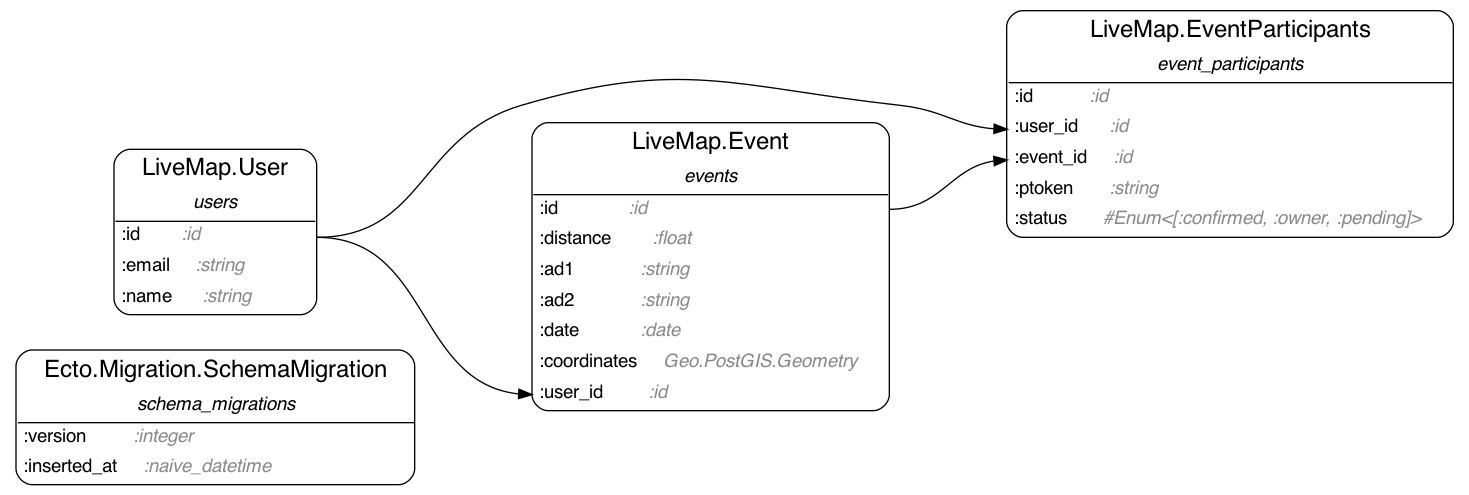
Before: ecto_erd.png, a diagram exported from Graphviz (ndrean/live_map). Its source is kept beside it as ecto_erd.dot.
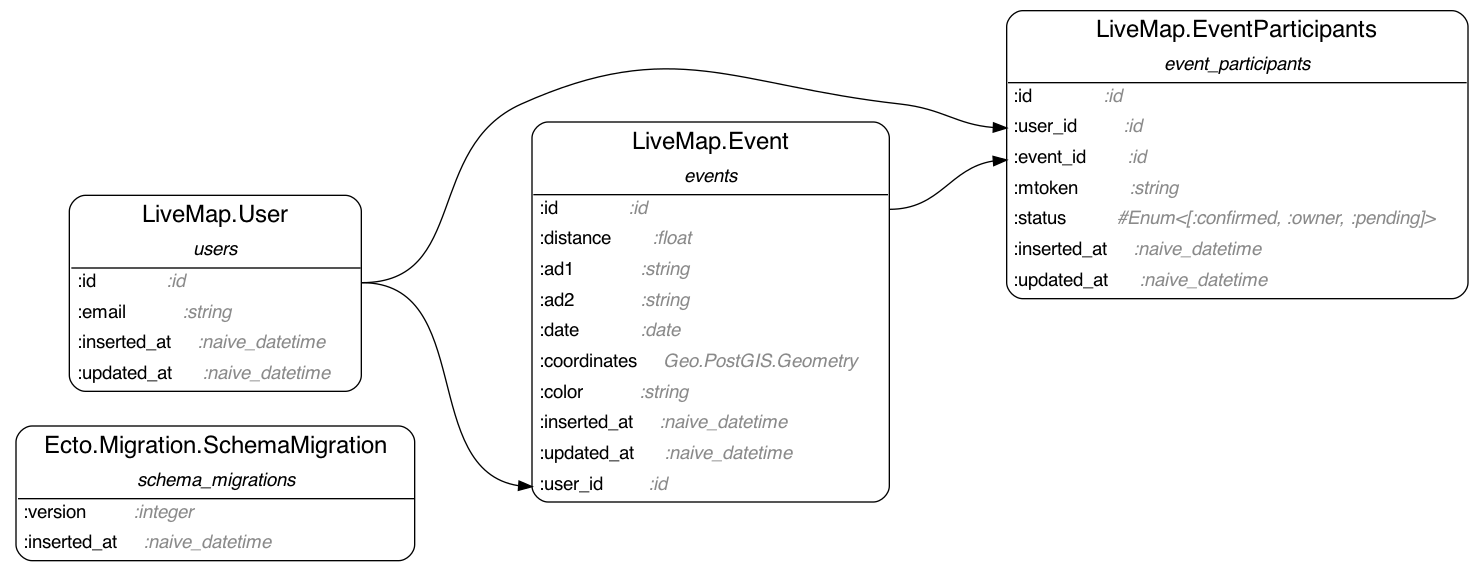
After the commit.

The edit, as a diff of the source:
```diff
@@ -2,9 +2,9 @@
   ranksep=1.0; rankdir=LR;
   node [shape = none, fontname="Roboto Mono"];
   "Ecto.Migration.SchemaMigration" [label= <<table align='left' border='1' style='rounded' cellspacing='0' cellpadding='4' cellborder='0'><tr><td port='header@schema_module'><font point-size='18'>   Ecto.Migration.SchemaMigration   </font></td></tr><tr><td border='1' sides='b' colspan='2'><font point-size='14'><i>schema_migrations</i></font></td></tr><tr><td align='left' port='field@version'>:version         <i><font color='gray54'>:integer            </font></i></td></tr><tr><td align='left' port='field@inserted_at'>:inserted_at     <i><font color='gray54'>:naive_datetime     </font></i></td></tr></table>>]
-  "LiveMap.Event" [label= <<table align='left' border='1' style='rounded' cellspacing='0' cellpadding='4' cellborder='0'><tr><td port='header@schema_module'><font point-size='18'>   LiveMap.Event   </font></td></tr><tr><td border='1' sides='b' colspan='2'><font point-size='14'><i>events</i></font></td></tr><tr><td align='left' port='field@id'>:id              <i><font color='gray54'>:id                      </font></i></td></tr><tr><td align='left' port='field@distance'>:distance        <i><font color='gray54'>:float                   </font></i></td></tr><tr><td align='left' port='field@ad1'>:ad1             <i><font color='gray54'>:string                  </font></i></td></tr><tr><td align='left' port='field@ad2'>:ad2             <i><font color='gray54'>:string                  </font></i></td></tr><tr><td align='left' port='field@date'>:date            <i><font color='gray54'>:date                    </font></i></td></tr><tr><td align='left' port='field@coordinates'>:coordinates     <i><font color='gray54'>Geo.PostGIS.Geometry     </font></i></td></tr><tr><td align='left' port='field@user_id'>:user_id         <i><font color='gray54'>:id                      </font></i></td></tr></table>>]
-  "LiveMap.EventParticipants" [label= <<table align='left' border='1' style='rounded' cellspacing='0' cellpadding='4' cellborder='0'><tr><td port='header@schema_module'><font point-size='18'>   LiveMap.EventParticipants   </font></td></tr><tr><td border='1' sides='b' colspan='2'><font point-size='14'><i>event_participants</i></font></td></tr><tr><td align='left' port='field@id'>:id           <i><font color='gray54'>:id                                       </font></i></td></tr><tr><td align='left' port='field@user_id'>:user_id      <i><font color='gray54'>:id                                       </font></i></td></tr><tr><td align='left' port='field@event_id'>:event_id     <i><font color='gray54'>:id                                       </font></i></td></tr><tr><td align='left' port='field@ptoken'>:ptoken       <i><font color='gray54'>:string                                   </font></i></td></tr><tr><td align='left' port='field@status'>:status       <i><font color='gray54'>#Enum&lt;[:confirmed, :owner, :pending]&gt;     </font></i></td></tr></table>>]
-  "LiveMap.User" [label= <<table align='left' border='1' style='rounded' cellspacing='0' cellpadding='4' cellborder='0'><tr><td port='header@schema_module'><font point-size='18'>   LiveMap.User   </font></td></tr><tr><td border='1' sides='b' colspan='2'><font point-size='14'><i>users</i></font></td></tr><tr><td align='left' port='field@id'>:id        <i><font color='gray54'>:id         </font></i></td></tr><tr><td align='left' port='field@email'>:email     <i><font color='gray54'>:string     </font></i></td></tr><tr><td align='left' port='field@name'>:name      <i><font color='gray54'>:string     </font></i></td></tr></table>>]
+  "LiveMap.Event" [label= <<table align='left' border='1' style='rounded' cellspacing='0' cellpadding='4' cellborder='0'><tr><td port='header@schema_module'><font point-size='18'>   LiveMap.Event   </font></td></tr><tr><td border='1' sides='b' colspan='2'><font point-size='14'><i>events</i></font></td></tr><tr><td align='left' port='field@id'>:id              <i><font color='gray54'>:id                      </font></i></td></tr><tr><td align='left' port='field@distance'>:distance        <i><font color='gray54'>:float                   </font></i></td></tr><tr><td align='left' port='field@ad1'>:ad1             <i><font color='gray54'>:string                  </font></i></td></tr><tr><td align='left' port='field@ad2'>:ad2             <i><font color='gray54'>:string                  </font></i></td></tr><tr><td align='left' port='field@date'>:date            <i><font color='gray54'>:date                    </font></i></td></tr><tr><td align='left' port='field@coordinates'>:coordinates     <i><font color='gray54'>Geo.PostGIS.Geometry     </font></i></td></tr><tr><td align='left' port='field@color'>:color           <i><font color='gray54'>:string                  </font></i></td></tr><tr><td align='left' port='field@inserted_at'>:inserted_at     <i><font color='gray54'>:naive_datetime          </font></i></td></tr><tr><td align='left' port='field@updated_at'>:updated_at      <i><font color='gray54'>:naive_datetime          </font></i></td></tr><tr><td align='left' port='field@user_id'>:user_id         <i><font color='gray54'>:id                      </font></i></td></tr></table>>]
+  "LiveMap.EventParticipants" [label= <<table align='left' border='1' style='rounded' cellspacing='0' cellpadding='4' cellborder='0'><tr><td port='header@schema_module'><font point-size='18'>   LiveMap.EventParticipants   </font></td></tr><tr><td border='1' sides='b' colspan='2'><font point-size='14'><i>event_participants</i></font></td></tr><tr><td align='left' port='field@id'>:id              <i><font color='gray54'>:id                                       </font></i></td></tr><tr><td align='left' port='field@user_id'>:user_id         <i><font color='gray54'>:id                                       </font></i></td></tr><tr><td align='left' port='field@event_id'>:event_id        <i><font color='gray54'>:id                                       </font></i></td></tr><tr><td align='left' port='field@mtoken'>:mtoken          <i><font color='gray54'>:string                                   </font></i></td></tr><tr><td align='left' port='field@status'>:status          <i><font color='gray54'>#Enum&lt;[:confirmed, :owner, :pending]&gt;     </font></i></td></tr><tr><td align='left' port='field@inserted_at'>:inserted_at     <i><font color='gray54'>:naive_datetime                           </font></i></td></tr><tr><td align='left' port='field@updated_at'>:updated_at      <i><font color='gray54'>:naive_datetime                           </font></i></td></tr></table>>]
+  "LiveMap.User" [label= <<table align='left' border='1' style='rounded' cellspacing='0' cellpadding='4' cellborder='0'><tr><td port='header@schema_module'><font point-size='18'>   LiveMap.User   </font></td></tr><tr><td border='1' sides='b' colspan='2'><font point-size='14'><i>users</i></font></td></tr><tr><td align='left' port='field@id'>:id              <i><font color='gray54'>:id                 </font></i></td></tr><tr><td align='left' port='field@email'>:email           <i><font color='gray54'>:string             </font></i></td></tr><tr><td align='left' port='field@inserted_at'>:inserted_at     <i><font color='gray54'>:naive_datetime     </font></i></td></tr><tr><td align='left' port='field@updated_at'>:updated_at      <i><font color='gray54'>:naive_datetime     </font></i></td></tr></table>>]
 
   "LiveMap.Event":"field@id":e -> "LiveMap.EventParticipants":"field@event_id":w
   "LiveMap.User":"field@id":e -> "LiveMap.EventParticipants":"field@user_id":w
```
